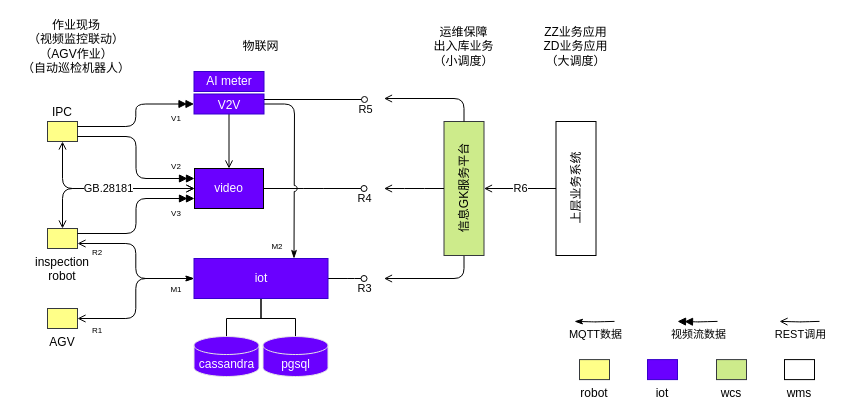
This is docs/architecture.drawio from lvyv/mptools, a draw.io file, before an edit. Source tidied: cells renumbered, new cells numbered last; positions are measured from the earlier drawing's top-left corner, leaving out a move shared by most shapes. Both pictures are drawn from the tidied source at 100%, with x=0, y=0 at pixel (17, 31).
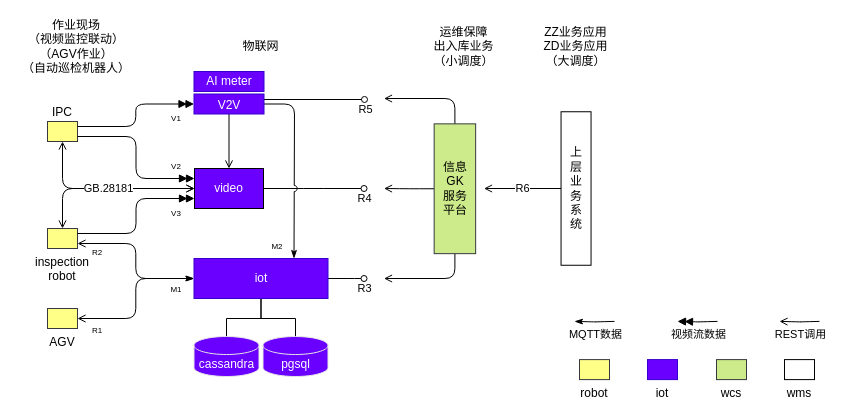
Above is the later version.

Change to the diagram source:
```diff
@@
-    <mxCell id="29" style="edgeStyle=orthogonalEdgeStyle;rounded=1;jettySize=auto;html=1;fontColor=#000000;startArrow=none;startFill=0;endArrow=open;endFill=0;" parent="1" edge="1" source="30">
+    <mxCell id="29" style="edgeStyle=orthogonalEdgeStyle;rounded=1;jettySize=auto;html=1;fontColor=#000000;startArrow=none;startFill=0;endArrow=open;endFill=0;exitX=1;exitY=0.5;exitDx=0;exitDy=0;" parent="1" edge="1" source="51">
       <mxGeometry relative="1" as="geometry">
         <mxPoint x="366.5" y="247" as="targetPoint" />
         <Array as="points">
-          <mxPoint x="446.5" y="247" />
+          <mxPoint x="437" y="247" />
         </Array>
       </mxGeometry>
     </mxCell>
-    <mxCell id="30" value="信息GK服务平台" style="rounded=0;whiteSpace=wrap;html=1;shadow=0;labelBackgroundColor=none;fillColor=#cdeb8b;strokeColor=#36393d;labelPosition=center;verticalLabelPosition=middle;align=center;verticalAlign=middle;horizontal=0;" parent="1" vertex="1">
-      <mxGeometry x="426.5" y="90" width="40" height="134" as="geometry" />
-    </mxCell>
-    <mxCell id="31" style="edgeStyle=orthogonalEdgeStyle;rounded=1;jettySize=auto;html=1;fontColor=#000000;startArrow=none;startFill=0;endArrow=open;endFill=0;exitX=0;exitY=0.5;exitDx=0;exitDy=0;" parent="1" edge="1" source="30">
+    <mxCell id="31" style="edgeStyle=orthogonalEdgeStyle;rounded=1;jettySize=auto;html=1;fontColor=#000000;startArrow=none;startFill=0;endArrow=open;endFill=0;exitX=0.5;exitY=1;exitDx=0;exitDy=0;" parent="1" edge="1" source="51">
       <mxGeometry relative="1" as="geometry">
         <mxPoint x="366.5" y="157" as="targetPoint" />
       </mxGeometry>
     </mxCell>
@@
-    <mxCell id="33" style="edgeStyle=orthogonalEdgeStyle;rounded=1;jettySize=auto;html=1;fontColor=#000000;startArrow=none;startFill=0;endArrow=open;endFill=0;exitX=0.5;exitY=0;exitDx=0;exitDy=0;" parent="1" edge="1" source="30">
+    <mxCell id="33" style="edgeStyle=orthogonalEdgeStyle;rounded=1;jettySize=auto;html=1;fontColor=#000000;startArrow=none;startFill=0;endArrow=open;endFill=0;exitX=0;exitY=0.5;exitDx=0;exitDy=0;" parent="1" edge="1" source="51">
       <mxGeometry relative="1" as="geometry">
         <mxPoint x="366.5" y="67" as="targetPoint" />
         <Array as="points">
-          <mxPoint x="446.5" y="67" />
+          <mxPoint x="437" y="67" />
         </Array>
       </mxGeometry>
     </mxCell>
-    <mxCell id="34" value="上层业务系统" style="rounded=0;whiteSpace=wrap;html=1;shadow=0;labelBackgroundColor=none;labelPosition=center;verticalLabelPosition=middle;align=center;verticalAlign=middle;horizontal=0;" parent="1" vertex="1">
-      <mxGeometry x="538.5" y="90" width="40" height="134" as="geometry" />
+    <mxCell id="34" value="上&lt;br&gt;层&lt;br&gt;业&lt;br&gt;务&lt;br&gt;系&lt;br&gt;统" style="rounded=0;whiteSpace=wrap;html=1;shadow=0;labelBackgroundColor=none;labelPosition=center;verticalLabelPosition=middle;align=center;verticalAlign=middle;horizontal=0;rotation=90;" parent="1" vertex="1">
+      <mxGeometry x="481.8" y="142" width="153.5" height="30" as="geometry" />
     </mxCell>
-    <mxCell id="35" value="R6" style="edgeStyle=orthogonalEdgeStyle;rounded=1;jettySize=auto;html=1;fontColor=#000000;startArrow=none;startFill=0;endArrow=open;endFill=0;exitX=0;exitY=0.5;exitDx=0;exitDy=0;entryX=1;entryY=0.5;entryDx=0;entryDy=0;" parent="1" edge="1" source="34" target="30">
-      <mxGeometry relative="1" as="geometry" />
+    <mxCell id="35" value="R6" style="edgeStyle=orthogonalEdgeStyle;rounded=1;jettySize=auto;html=1;fontColor=#000000;startArrow=none;startFill=0;endArrow=open;endFill=0;exitX=0.5;exitY=1;exitDx=0;exitDy=0;entryX=1;entryY=0.5;entryDx=0;entryDy=0;" parent="1" edge="1" source="34">
+      <mxGeometry relative="1" as="geometry">
+        <mxPoint x="466.5" y="157" as="targetPoint" />
+      </mxGeometry>
     </mxCell>
@@
+    <mxCell id="51" value="信息&lt;br&gt;GK&lt;br&gt;服务&lt;br&gt;平台" style="rounded=0;whiteSpace=wrap;html=1;shadow=0;labelBackgroundColor=none;fillColor=#cdeb8b;strokeColor=#36393d;labelPosition=center;verticalLabelPosition=middle;align=center;verticalAlign=middle;horizontal=0;rotation=90;" parent="1" vertex="1">
+      <mxGeometry x="372.5" y="136.5" width="129.8" height="41.5" as="geometry" />
+    </mxCell>
```
